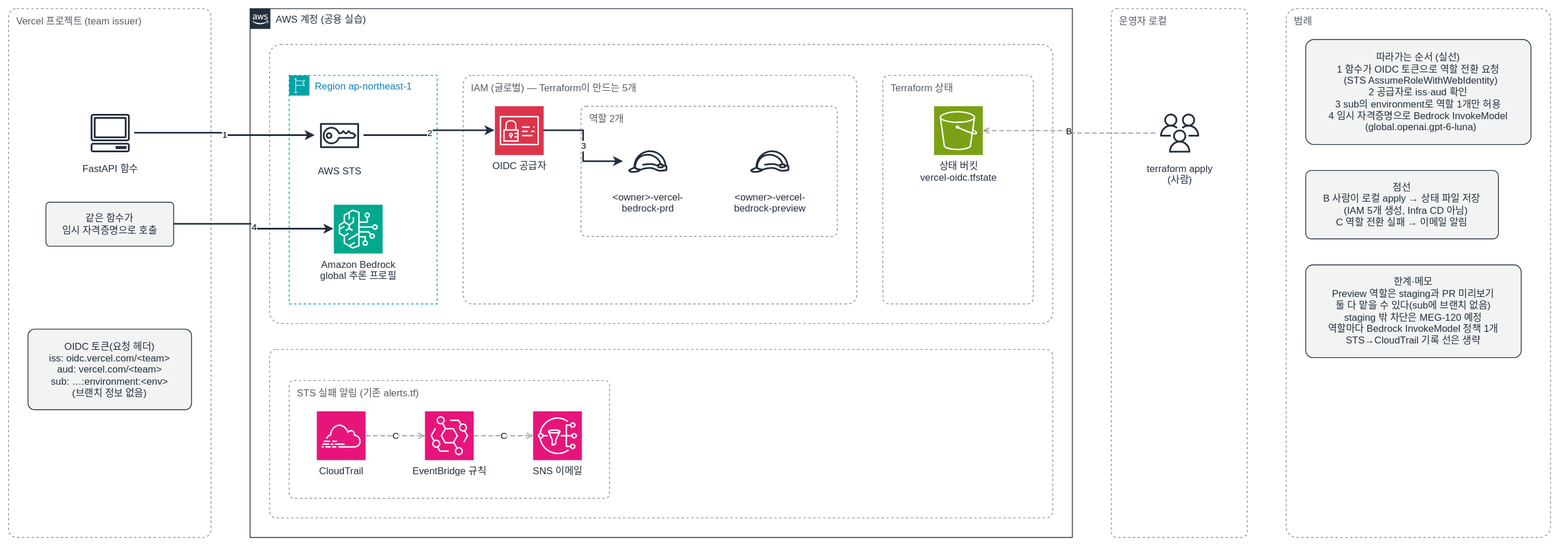
The draw.io diagram infra/vercel-oidc/architecture.drawio.svg in wnstjd5408/Vibecoding-project---4-, before a commit. Source tidied: cells renumbered, new cells last; positions are measured from the earlier drawing's top-left corner, leaving out a move shared by most shapes. Source of this version:
```xml
<mxGraphModel background="#FFFFFF">
  <root>
    <mxCell id="0" />
    <mxCell id="1" parent="0" />
    <mxCell id="2" value="Vercel 프로젝트 (team issuer)" style="rounded=1;arcSize=4;html=1;whiteSpace=wrap;fontSize=12;fontStyle=0;strokeColor=#879196;strokeWidth=1;fillColor=none;verticalAlign=top;align=left;spacingLeft=8;spacingTop=2;fontColor=#545B64;dashed=1;dashPattern=3 3;" parent="1" vertex="1">
      <mxGeometry width="249" height="650" as="geometry" />
    </mxCell>
    <mxCell id="3" value="&amp;nbsp;&lt;br&gt;&amp;nbsp;&lt;br&gt;&amp;nbsp;" style="text;html=1;whiteSpace=wrap;align=left;verticalAlign=top;fontSize=12;fontColor=#232F3E;" parent="2" vertex="1">
      <mxGeometry x="95" y="38" width="60" height="53" as="geometry" />
    </mxCell>
    <mxCell id="4" value="FastAPI 함수" style="sketch=0;outlineConnect=0;fontColor=#232F3E;gradientColor=none;strokeColor=#232F3E;fillColor=#ffffff;dashed=0;verticalLabelPosition=bottom;verticalAlign=top;align=center;html=1;fontSize=12;fontStyle=0;shape=mxgraph.aws4.resourceIcon;resIcon=mxgraph.aws4.client;" parent="2" vertex="1">
      <mxGeometry x="95" y="123" width="60" height="60" as="geometry" />
    </mxCell>
    <mxCell id="5" value="같은 함수가&lt;br&gt;임시 자격증명으로 호출" style="rounded=1;arcSize=8;html=1;whiteSpace=wrap;align=center;verticalAlign=middle;fontSize=12;fontColor=#232F3E;strokeColor=#232F3E;fillColor=#F2F3F3;" parent="2" vertex="1">
      <mxGeometry x="46" y="238" width="157" height="54" as="geometry" />
    </mxCell>
    <mxCell id="6" value="&amp;nbsp;&lt;br&gt;&amp;nbsp;" style="text;html=1;whiteSpace=wrap;align=left;verticalAlign=top;fontSize=12;fontColor=#232F3E;" parent="2" vertex="1">
      <mxGeometry x="95" y="324" width="60" height="38" as="geometry" />
    </mxCell>
    <mxCell id="7" value="OIDC 토큰(요청 헤더)&lt;br&gt;iss: oidc.vercel.com/&amp;lt;team&amp;gt;&lt;br&gt;aud: vercel.com/&amp;lt;team&amp;gt;&lt;br&gt;sub: …:environment:&amp;lt;env&amp;gt;&lt;br&gt;(브랜치 정보 없음)" style="rounded=1;arcSize=8;html=1;whiteSpace=wrap;align=center;verticalAlign=middle;fontSize=12;fontColor=#232F3E;strokeColor=#232F3E;fillColor=#F2F3F3;" parent="2" vertex="1">
      <mxGeometry x="24" y="394" width="201" height="99" as="geometry" />
    </mxCell>
    <mxCell id="8" value="AWS 계정 (공용 실습)" style="gradientColor=none;html=1;whiteSpace=wrap;fontSize=12;fontStyle=0;shape=mxgraph.aws4.group;grIcon=mxgraph.aws4.group_aws_cloud_alt;strokeColor=#232F3E;fillColor=none;verticalAlign=top;align=left;spacingLeft=30;fontColor=#232F3E;dashed=0;" parent="1" vertex="1">
      <mxGeometry x="297" width="1011" height="650" as="geometry" />
    </mxCell>
    <mxCell id="9" value=" " style="rounded=1;arcSize=4;html=1;whiteSpace=wrap;fontSize=12;fontStyle=0;strokeColor=#879196;strokeWidth=1;fillColor=none;verticalAlign=top;align=left;spacingLeft=8;spacingTop=2;fontColor=#545B64;dashed=1;dashPattern=3 3;" parent="8" vertex="1">
      <mxGeometry x="24" y="44" width="963" height="343" as="geometry" />
    </mxCell>
    <mxCell id="10" value="Region ap-northeast-1" style="gradientColor=none;html=1;whiteSpace=wrap;fontSize=12;fontStyle=0;shape=mxgraph.aws4.group;grIcon=mxgraph.aws4.group_region;strokeColor=#00A4A6;fillColor=none;verticalAlign=top;align=left;spacingLeft=30;fontColor=#147EBA;dashed=1;" parent="9" vertex="1">
      <mxGeometry x="24" y="38" width="182" height="281" as="geometry" />
    </mxCell>
    <mxCell id="11" value="AWS STS" style="sketch=0;outlineConnect=0;fontColor=#232F3E;gradientColor=none;strokeColor=#232F3E;fillColor=#ffffff;dashed=0;verticalLabelPosition=bottom;verticalAlign=top;align=center;html=1;fontSize=12;fontStyle=0;shape=mxgraph.aws4.resourceIcon;resIcon=mxgraph.aws4.sts;" parent="10" vertex="1">
      <mxGeometry x="32" y="44" width="60" height="60" as="geometry" />
    </mxCell>
    <mxCell id="12" value="Amazon Bedrock&lt;br&gt;global 추론 프로필" style="sketch=0;points=[[0,0,0],[0.25,0,0],[0.5,0,0],[0.75,0,0],[1,0,0],[0,1,0],[0.25,1,0],[0.5,1,0],[0.75,1,0],[1,1,0],[0,0.25,0],[0,0.5,0],[0,0.75,0],[1,0.25,0],[1,0.5,0],[1,0.75,0]];outlineConnect=0;fontColor=#232F3E;fillColor=#01A88D;strokeColor=#ffffff;dashed=0;verticalLabelPosition=bottom;verticalAlign=top;align=center;html=1;fontSize=12;fontStyle=0;shape=mxgraph.aws4.resourceIcon;resIcon=mxgraph.aws4.bedrock;" parent="10" vertex="1">
      <mxGeometry x="55" y="159" width="60" height="60" as="geometry" />
    </mxCell>
    <mxCell id="13" value="IAM (글로벌) — Terraform이 만드는 5개" style="rounded=1;arcSize=4;html=1;whiteSpace=wrap;fontSize=12;fontStyle=0;strokeColor=#879196;strokeWidth=1;fillColor=none;verticalAlign=top;align=left;spacingLeft=8;spacingTop=2;fontColor=#545B64;dashed=1;dashPattern=3 3;" parent="9" vertex="1">
      <mxGeometry x="238" y="38" width="484" height="281" as="geometry" />
    </mxCell>
    <mxCell id="14" value="OIDC 공급자" style="sketch=0;points=[[0,0,0],[0.25,0,0],[0.5,0,0],[0.75,0,0],[1,0,0],[0,1,0],[0.25,1,0],[0.5,1,0],[0.75,1,0],[1,1,0],[0,0.25,0],[0,0.5,0],[0,0.75,0],[1,0.25,0],[1,0.5,0],[1,0.75,0]];outlineConnect=0;fontColor=#232F3E;fillColor=#DD344C;strokeColor=#ffffff;dashed=0;verticalLabelPosition=bottom;verticalAlign=top;align=center;html=1;fontSize=12;fontStyle=0;shape=mxgraph.aws4.resourceIcon;resIcon=mxgraph.aws4.identity_and_access_management;" parent="13" vertex="1">
      <mxGeometry x="39" y="38" width="60" height="60" as="geometry" />
    </mxCell>
    <mxCell id="15" value="역할 2개" style="rounded=1;arcSize=4;html=1;whiteSpace=wrap;fontSize=12;fontStyle=0;strokeColor=#879196;strokeWidth=1;fillColor=none;verticalAlign=top;align=left;spacingLeft=8;spacingTop=2;fontColor=#545B64;dashed=1;dashPattern=3 3;" parent="13" vertex="1">
      <mxGeometry x="145" y="38" width="315" height="160" as="geometry" />
    </mxCell>
    <mxCell id="16" value="&amp;lt;owner&amp;gt;-vercel-&lt;br&gt;bedrock-prd" style="sketch=0;outlineConnect=0;fontColor=#232F3E;gradientColor=none;strokeColor=#232F3E;fillColor=#ffffff;dashed=0;verticalLabelPosition=bottom;verticalAlign=top;align=center;html=1;fontSize=12;fontStyle=0;shape=mxgraph.aws4.resourceIcon;resIcon=mxgraph.aws4.role;" parent="15" vertex="1">
      <mxGeometry x="52" y="38" width="60" height="60" as="geometry" />
    </mxCell>
    <mxCell id="17" value="&amp;lt;owner&amp;gt;-vercel-&lt;br&gt;bedrock-preview" style="sketch=0;fontColor=#232F3E;gradientColor=none;strokeColor=#232F3E;fillColor=#ffffff;dashed=0;verticalLabelPosition=bottom;verticalAlign=top;align=center;html=1;fontSize=12;fontStyle=0;shape=mxgraph.aws4.resourceIcon;resIcon=mxgraph.aws4.role;" parent="15" vertex="1">
      <mxGeometry x="202" y="38" width="60" height="60" as="geometry" />
    </mxCell>
    <mxCell id="18" value="3" style="edgeStyle=orthogonalEdgeStyle;rounded=0;jettySize=auto;html=1;endArrow=classic;endFill=1;strokeColor=#232F3E;strokeWidth=2;fontSize=11;labelBackgroundColor=#ffffff;" parent="13" edge="1" source="14" target="16">
      <mxGeometry relative="1" as="geometry" />
    </mxCell>
    <mxCell id="19" value="Terraform 상태" style="rounded=1;arcSize=4;html=1;whiteSpace=wrap;fontSize=12;fontStyle=0;strokeColor=#879196;strokeWidth=1;fillColor=none;verticalAlign=top;align=left;spacingLeft=8;spacingTop=2;fontColor=#545B64;dashed=1;dashPattern=3 3;" parent="9" vertex="1">
      <mxGeometry x="754" y="38" width="185" height="281" as="geometry" />
    </mxCell>
    <mxCell id="20" value="상태 버킷&lt;br&gt;vercel-oidc.tfstate" style="sketch=0;points=[[0,0,0],[0.25,0,0],[0.5,0,0],[0.75,0,0],[1,0,0],[0,1,0],[0.25,1,0],[0.5,1,0],[0.75,1,0],[1,1,0],[0,0.25,0],[0,0.5,0],[0,0.75,0],[1,0.25,0],[1,0.5,0],[1,0.75,0]];outlineConnect=0;fontColor=#232F3E;fillColor=#7AA116;strokeColor=#ffffff;dashed=0;verticalLabelPosition=bottom;verticalAlign=top;align=center;html=1;fontSize=12;fontStyle=0;shape=mxgraph.aws4.resourceIcon;resIcon=mxgraph.aws4.s3;" parent="19" vertex="1">
      <mxGeometry x="63" y="38" width="60" height="60" as="geometry" />
    </mxCell>
    <mxCell id="21" value="2" style="edgeStyle=orthogonalEdgeStyle;rounded=0;jettySize=auto;html=1;endArrow=classic;endFill=1;strokeColor=#232F3E;strokeWidth=2;fontSize=11;labelBackgroundColor=#ffffff;" parent="9" edge="1" source="11" target="14">
      <mxGeometry relative="1" as="geometry" />
    </mxCell>
    <mxCell id="22" value=" " style="rounded=1;arcSize=4;html=1;whiteSpace=wrap;fontSize=12;fontStyle=0;strokeColor=#879196;strokeWidth=1;fillColor=none;verticalAlign=top;align=left;spacingLeft=8;spacingTop=2;fontColor=#545B64;dashed=1;dashPattern=3 3;" parent="8" vertex="1">
      <mxGeometry x="24" y="419" width="963" height="207" as="geometry" />
    </mxCell>
    <mxCell id="23" value="STS 실패 알림 (기존 alerts.tf)" style="rounded=1;arcSize=4;html=1;whiteSpace=wrap;fontSize=12;fontStyle=0;strokeColor=#879196;strokeWidth=1;fillColor=none;verticalAlign=top;align=left;spacingLeft=8;spacingTop=2;fontColor=#545B64;dashed=1;dashPattern=3 3;" parent="22" vertex="1">
      <mxGeometry x="24" y="38" width="394" height="145" as="geometry" />
    </mxCell>
    <mxCell id="24" value="CloudTrail" style="sketch=0;points=[[0,0,0],[0.25,0,0],[0.5,0,0],[0.75,0,0],[1,0,0],[0,1,0],[0.25,1,0],[0.5,1,0],[0.75,1,0],[1,1,0],[0,0.25,0],[0,0.5,0],[0,0.75,0],[1,0.25,0],[1,0.5,0],[1,0.75,0]];outlineConnect=0;fontColor=#232F3E;fillColor=#E7157B;strokeColor=#ffffff;dashed=0;verticalLabelPosition=bottom;verticalAlign=top;align=center;html=1;fontSize=12;fontStyle=0;shape=mxgraph.aws4.resourceIcon;resIcon=mxgraph.aws4.cloudtrail;" parent="23" vertex="1">
      <mxGeometry x="34" y="38" width="60" height="60" as="geometry" />
    </mxCell>
    <mxCell id="25" value="EventBridge 규칙" style="sketch=0;points=[[0,0,0],[0.25,0,0],[0.5,0,0],[0.75,0,0],[1,0,0],[0,1,0],[0.25,1,0],[0.5,1,0],[0.75,1,0],[1,1,0],[0,0.25,0],[0,0.5,0],[0,0.75,0],[1,0.25,0],[1,0.5,0],[1,0.75,0]];outlineConnect=0;fontColor=#232F3E;fillColor=#E7157B;strokeColor=#ffffff;dashed=0;verticalLabelPosition=bottom;verticalAlign=top;align=center;html=1;fontSize=12;fontStyle=0;shape=mxgraph.aws4.resourceIcon;resIcon=mxgraph.aws4.eventbridge;" parent="23" vertex="1">
      <mxGeometry x="167" y="38" width="60" height="60" as="geometry" />
    </mxCell>
    <mxCell id="26" value="SNS 이메일" style="sketch=0;points=[[0,0,0],[0.25,0,0],[0.5,0,0],[0.75,0,0],[1,0,0],[0,1,0],[0.25,1,0],[0.5,1,0],[0.75,1,0],[1,1,0],[0,0.25,0],[0,0.5,0],[0,0.75,0],[1,0.25,0],[1,0.5,0],[1,0.75,0]];outlineConnect=0;fontColor=#232F3E;fillColor=#E7157B;strokeColor=#ffffff;dashed=0;verticalLabelPosition=bottom;verticalAlign=top;align=center;html=1;fontSize=12;fontStyle=0;shape=mxgraph.aws4.resourceIcon;resIcon=mxgraph.aws4.sns;" parent="23" vertex="1">
      <mxGeometry x="300" y="38" width="60" height="60" as="geometry" />
    </mxCell>
    <mxCell id="27" value="C" style="edgeStyle=orthogonalEdgeStyle;rounded=0;jettySize=auto;html=1;endArrow=open;endFill=0;strokeColor=#879196;strokeWidth=1;dashed=1;dashPattern=6 3;fontSize=11;labelBackgroundColor=#ffffff;" parent="23" edge="1" source="24" target="25">
      <mxGeometry relative="1" as="geometry" />
    </mxCell>
    <mxCell id="28" value="C" style="edgeStyle=orthogonalEdgeStyle;rounded=0;jettySize=auto;html=1;endArrow=open;endFill=0;strokeColor=#879196;strokeWidth=1;dashed=1;dashPattern=6 3;fontSize=11;labelBackgroundColor=#ffffff;" parent="23" edge="1" source="25" target="26">
      <mxGeometry relative="1" as="geometry" />
    </mxCell>
    <mxCell id="29" value="운영자 로컬" style="rounded=1;arcSize=4;html=1;whiteSpace=wrap;fontSize=12;fontStyle=0;strokeColor=#879196;strokeWidth=1;fillColor=none;verticalAlign=top;align=left;spacingLeft=8;spacingTop=2;fontColor=#545B64;dashed=1;dashPattern=3 3;" parent="1" vertex="1">
      <mxGeometry x="1356" width="167" height="650" as="geometry" />
    </mxCell>
    <mxCell id="30" value="&amp;nbsp;&lt;br&gt;&amp;nbsp;&lt;br&gt;&amp;nbsp;" style="text;html=1;whiteSpace=wrap;align=left;verticalAlign=top;fontSize=12;fontColor=#232F3E;" parent="29" vertex="1">
      <mxGeometry x="54" y="38" width="60" height="53" as="geometry" />
    </mxCell>
    <mxCell id="31" value="terraform apply&lt;br&gt;(사람)" style="sketch=0;outlineConnect=0;fontColor=#232F3E;gradientColor=none;strokeColor=#232F3E;fillColor=#ffffff;dashed=0;verticalLabelPosition=bottom;verticalAlign=top;align=center;html=1;fontSize=12;fontStyle=0;shape=mxgraph.aws4.resourceIcon;resIcon=mxgraph.aws4.users;" parent="29" vertex="1">
      <mxGeometry x="54" y="123" width="60" height="60" as="geometry" />
    </mxCell>
    <mxCell id="32" value="범례" style="rounded=1;arcSize=4;html=1;whiteSpace=wrap;fontSize=12;fontStyle=0;strokeColor=#879196;strokeWidth=1;fillColor=none;verticalAlign=top;align=left;spacingLeft=8;spacingTop=2;fontColor=#545B64;dashed=1;dashPattern=3 3;" parent="1" vertex="1">
      <mxGeometry x="1571" width="325" height="650" as="geometry" />
    </mxCell>
    <mxCell id="33" value="따라가는 순서 (실선)&lt;br&gt;1 함수가 OIDC 토큰으로 역할 전환 요청&lt;br&gt;&amp;nbsp;&amp;nbsp;(STS AssumeRoleWithWebIdentity)&lt;br&gt;2 공급자로 iss·aud 확인&lt;br&gt;3 sub의 environment로 역할 1개만 허용&lt;br&gt;4 임시 자격증명으로 Bedrock InvokeModel&lt;br&gt;&amp;nbsp;&amp;nbsp;(global.openai.gpt-6-luna)" style="rounded=1;arcSize=8;html=1;whiteSpace=wrap;align=center;verticalAlign=middle;fontSize=12;fontColor=#232F3E;strokeColor=#232F3E;fillColor=#F2F3F3;" parent="32" vertex="1">
      <mxGeometry x="24" y="38" width="277" height="129" as="geometry" />
    </mxCell>
    <mxCell id="34" value="점선&lt;br&gt;B 사람이 로컬 apply → 상태 파일 저장&lt;br&gt;&amp;nbsp;&amp;nbsp;&amp;nbsp;(IAM 5개 생성, Infra CD 아님)&lt;br&gt;C 역할 전환 실패 → 이메일 알림" style="rounded=1;arcSize=8;html=1;whiteSpace=wrap;align=center;verticalAlign=middle;fontSize=12;fontColor=#232F3E;strokeColor=#232F3E;fillColor=#F2F3F3;" parent="32" vertex="1">
      <mxGeometry x="24" y="199" width="237" height="84" as="geometry" />
    </mxCell>
    <mxCell id="35" value="한계·메모&lt;br&gt;Preview 역할은 staging과 PR 미리보기&lt;br&gt;둘 다 맡을 수 있다(sub에 브랜치 없음)&lt;br&gt;staging 밖 차단은 MEG-120 예정&lt;br&gt;역할마다 Bedrock InvokeModel 정책 1개&lt;br&gt;STS→CloudTrail 기록 선은 생략" style="rounded=1;arcSize=8;html=1;whiteSpace=wrap;align=center;verticalAlign=middle;fontSize=12;fontColor=#232F3E;strokeColor=#232F3E;fillColor=#F2F3F3;" parent="32" vertex="1">
      <mxGeometry x="24" y="315" width="265" height="114" as="geometry" />
    </mxCell>
    <mxCell id="36" value="1" style="edgeStyle=orthogonalEdgeStyle;rounded=0;jettySize=auto;html=1;endArrow=classic;endFill=1;strokeColor=#232F3E;strokeWidth=2;fontSize=11;labelBackgroundColor=#ffffff;" parent="1" edge="1" source="4" target="11">
      <mxGeometry relative="1" as="geometry" />
    </mxCell>
    <mxCell id="37" value="4" style="edgeStyle=orthogonalEdgeStyle;rounded=0;jettySize=auto;html=1;endArrow=classic;endFill=1;strokeColor=#232F3E;strokeWidth=2;fontSize=11;labelBackgroundColor=#ffffff;" parent="1" edge="1" source="5" target="12">
      <mxGeometry relative="1" as="geometry" />
    </mxCell>
    <mxCell id="38" value="B" style="edgeStyle=orthogonalEdgeStyle;rounded=0;jettySize=auto;html=1;endArrow=open;endFill=0;strokeColor=#879196;strokeWidth=1;dashed=1;dashPattern=6 3;fontSize=11;labelBackgroundColor=#ffffff;" parent="1" edge="1" source="31" target="20">
      <mxGeometry relative="1" as="geometry" />
    </mxCell>
  </root>
</mxGraphModel>
```
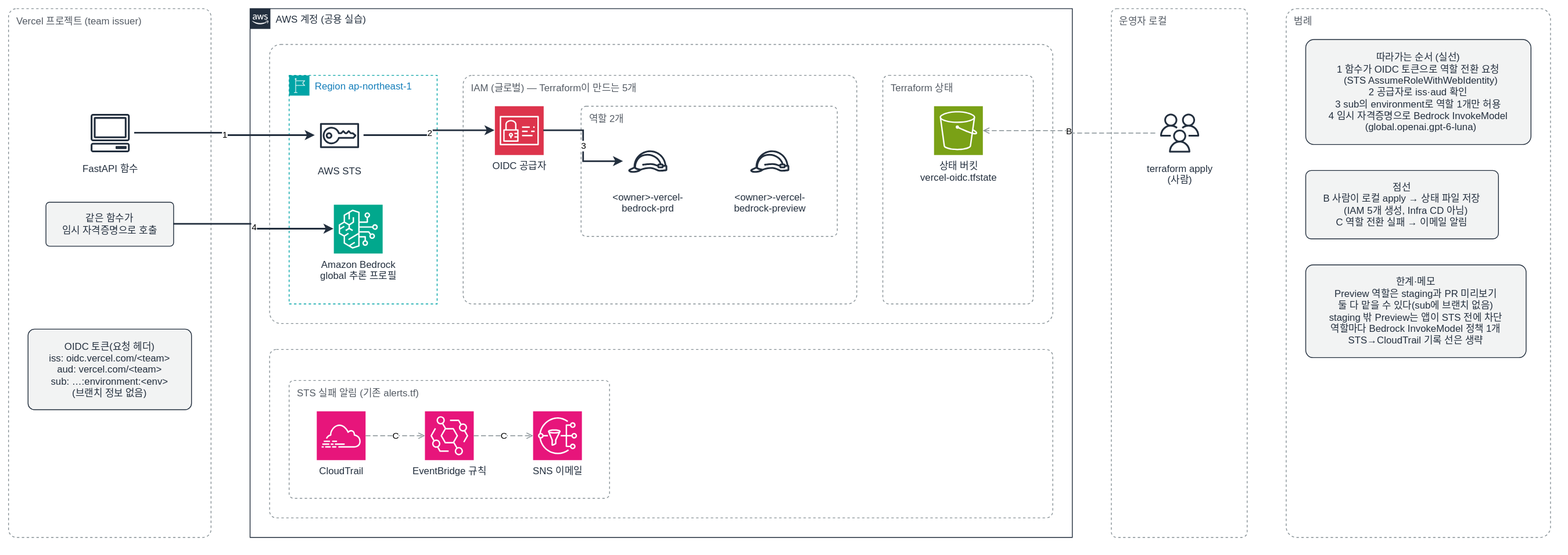
The same diagram one commit later.

The edit, as a diff of the source:
```diff
@@ -101,8 +101,8 @@
     <mxCell id="34" value="점선&lt;br&gt;B 사람이 로컬 apply → 상태 파일 저장&lt;br&gt;&amp;nbsp;&amp;nbsp;&amp;nbsp;(IAM 5개 생성, Infra CD 아님)&lt;br&gt;C 역할 전환 실패 → 이메일 알림" style="rounded=1;arcSize=8;html=1;whiteSpace=wrap;align=center;verticalAlign=middle;fontSize=12;fontColor=#232F3E;strokeColor=#232F3E;fillColor=#F2F3F3;" parent="32" vertex="1">
       <mxGeometry x="24" y="199" width="237" height="84" as="geometry" />
     </mxCell>
-    <mxCell id="35" value="한계·메모&lt;br&gt;Preview 역할은 staging과 PR 미리보기&lt;br&gt;둘 다 맡을 수 있다(sub에 브랜치 없음)&lt;br&gt;staging 밖 차단은 MEG-120 예정&lt;br&gt;역할마다 Bedrock InvokeModel 정책 1개&lt;br&gt;STS→CloudTrail 기록 선은 생략" style="rounded=1;arcSize=8;html=1;whiteSpace=wrap;align=center;verticalAlign=middle;fontSize=12;fontColor=#232F3E;strokeColor=#232F3E;fillColor=#F2F3F3;" parent="32" vertex="1">
-      <mxGeometry x="24" y="315" width="265" height="114" as="geometry" />
+    <mxCell id="35" value="한계·메모&lt;br&gt;Preview 역할은 staging과 PR 미리보기&lt;br&gt;둘 다 맡을 수 있다(sub에 브랜치 없음)&lt;br&gt;staging 밖 Preview는 앱이 STS 전에 차단&lt;br&gt;역할마다 Bedrock InvokeModel 정책 1개&lt;br&gt;STS→CloudTrail 기록 선은 생략" style="rounded=1;arcSize=8;html=1;whiteSpace=wrap;align=center;verticalAlign=middle;fontSize=12;fontColor=#232F3E;strokeColor=#232F3E;fillColor=#F2F3F3;" parent="32" vertex="1">
+      <mxGeometry x="24" y="315" width="271" height="114" as="geometry" />
     </mxCell>
     <mxCell id="36" value="1" style="edgeStyle=orthogonalEdgeStyle;rounded=0;jettySize=auto;html=1;endArrow=classic;endFill=1;strokeColor=#232F3E;strokeWidth=2;fontSize=11;labelBackgroundColor=#ffffff;" parent="1" edge="1" source="4" target="11">
       <mxGeometry relative="1" as="geometry" />
```
